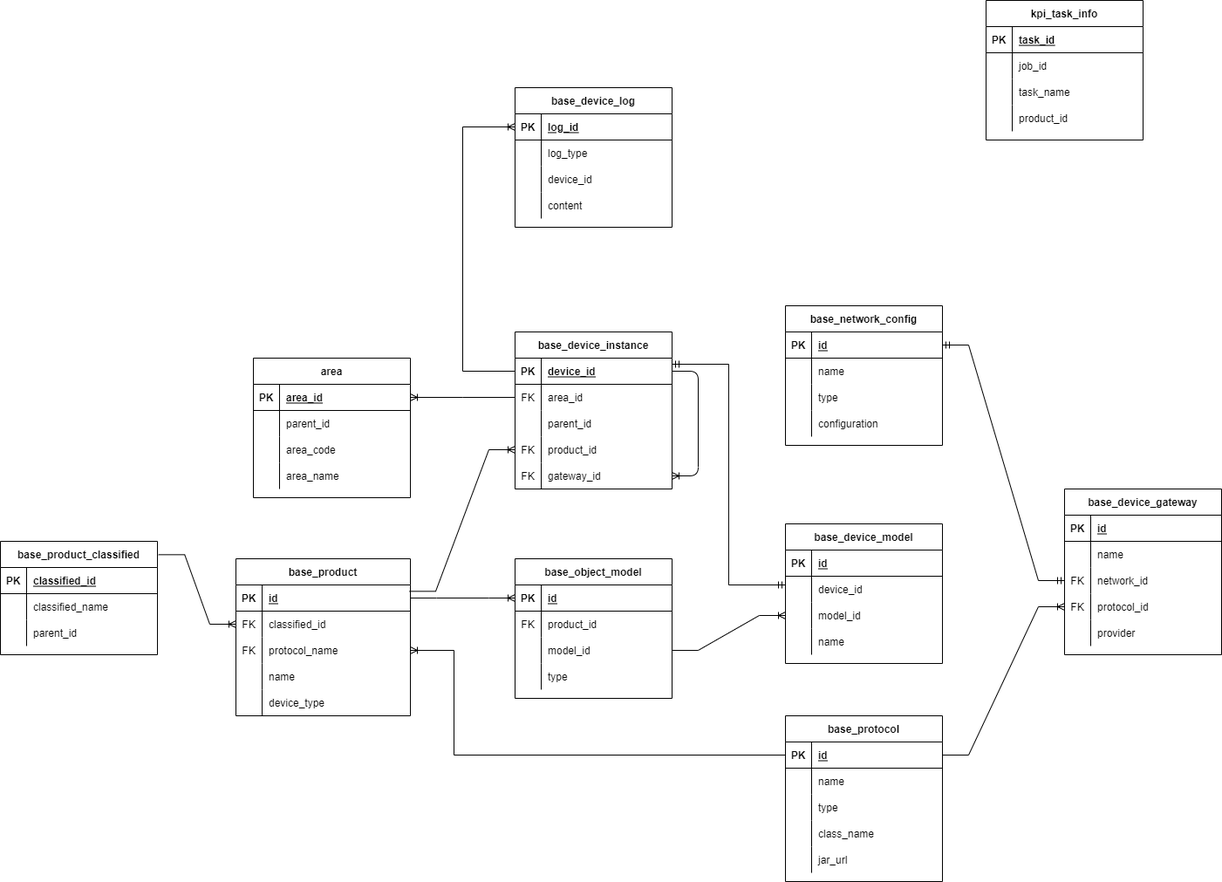
The draw.io diagram Untitled Diagram.drawio.png in liuyucai/springcloud-config, before a commit. Source tidied: cells renumbered, new cells last; positions are measured from the earlier drawing's top-left corner, leaving out a move shared by most shapes.
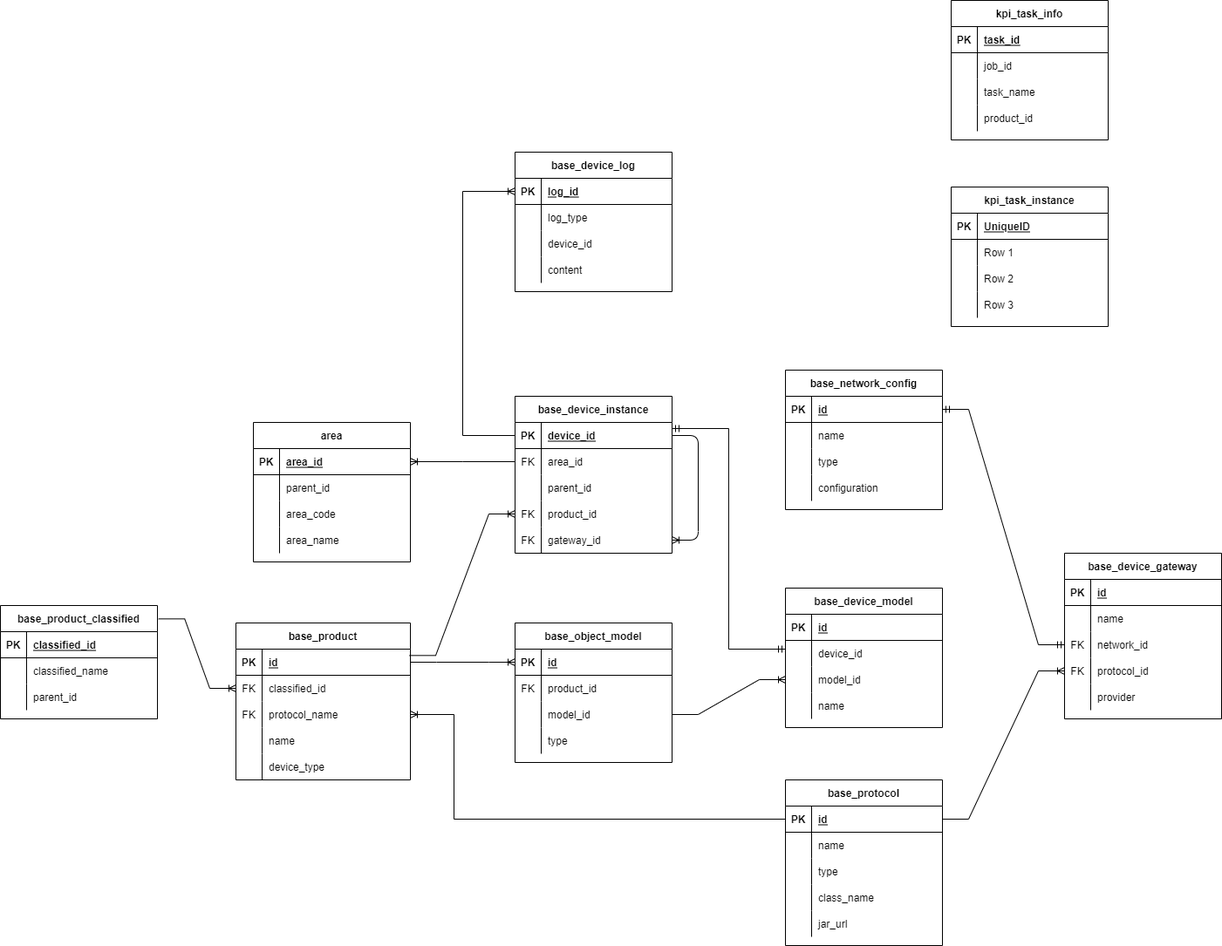
After the commit.

Diff of the diagram source:
```diff
@@ -465,7 +465,7 @@
       </mxGeometry>
     </mxCell>
     <mxCell id="152" value="kpi_task_info" style="shape=table;startSize=30;rowLines=0;fontStyle=1;align=center;" parent="1" vertex="1">
-      <mxGeometry x="1130" width="180" height="160" as="geometry" />
+      <mxGeometry x="1090" y="-74" width="180" height="160" as="geometry" />
     </mxCell>
     <mxCell id="153" style="shape=tableRow;horizontal=0;startSize=0;swimlaneHead=0;swimlaneBody=0;fillColor=none;top=0;left=0;right=0;bottom=1;" parent="152" vertex="1">
       <mxGeometry y="30" width="180" height="30" as="geometry" />
@@ -503,5 +503,44 @@
     <mxCell id="164" value="product_id" style="shape=partialRectangle;fillColor=none;top=0;left=0;bottom=0;right=0;align=left;spacingLeft=6;overflow=hidden;" parent="162" vertex="1">
       <mxGeometry x="30" width="150" height="30" as="geometry" />
     </mxCell>
+    <mxCell id="165" value="kpi_task_instance" style="shape=table;startSize=30;rowLines=0;fontStyle=1;align=center;" parent="1" vertex="1">
+      <mxGeometry x="1090" y="140" width="180" height="160" as="geometry" />
+    </mxCell>
+    <mxCell id="166" style="shape=tableRow;horizontal=0;startSize=0;swimlaneHead=0;swimlaneBody=0;fillColor=none;top=0;left=0;right=0;bottom=1;" parent="165" vertex="1">
+      <mxGeometry y="30" width="180" height="30" as="geometry" />
+    </mxCell>
+    <mxCell id="167" value="PK" style="shape=partialRectangle;fillColor=none;top=0;left=0;bottom=0;right=0;fontStyle=1;overflow=hidden;" parent="166" vertex="1">
+      <mxGeometry width="30" height="30" as="geometry" />
+    </mxCell>
+    <mxCell id="168" value="UniqueID" style="shape=partialRectangle;fillColor=none;top=0;left=0;bottom=0;right=0;align=left;spacingLeft=6;fontStyle=5;overflow=hidden;" parent="166" vertex="1">
+      <mxGeometry x="30" width="150" height="30" as="geometry" />
+    </mxCell>
+    <mxCell id="169" style="shape=tableRow;horizontal=0;startSize=0;swimlaneHead=0;swimlaneBody=0;fillColor=none;top=0;left=0;right=0;bottom=0;" parent="165" vertex="1">
+      <mxGeometry y="60" width="180" height="30" as="geometry" />
+    </mxCell>
+    <mxCell id="170" style="shape=partialRectangle;fillColor=none;top=0;left=0;bottom=0;right=0;overflow=hidden;" parent="169" vertex="1">
+      <mxGeometry width="30" height="30" as="geometry" />
+    </mxCell>
+    <mxCell id="171" value="Row 1" style="shape=partialRectangle;fillColor=none;top=0;left=0;bottom=0;right=0;align=left;spacingLeft=6;overflow=hidden;" parent="169" vertex="1">
+      <mxGeometry x="30" width="150" height="30" as="geometry" />
+    </mxCell>
+    <mxCell id="172" style="shape=tableRow;horizontal=0;startSize=0;swimlaneHead=0;swimlaneBody=0;fillColor=none;top=0;left=0;right=0;bottom=0;" parent="165" vertex="1">
+      <mxGeometry y="90" width="180" height="30" as="geometry" />
+    </mxCell>
+    <mxCell id="173" style="shape=partialRectangle;fillColor=none;top=0;left=0;bottom=0;right=0;overflow=hidden;" parent="172" vertex="1">
+      <mxGeometry width="30" height="30" as="geometry" />
+    </mxCell>
+    <mxCell id="174" value="Row 2" style="shape=partialRectangle;fillColor=none;top=0;left=0;bottom=0;right=0;align=left;spacingLeft=6;overflow=hidden;" parent="172" vertex="1">
+      <mxGeometry x="30" width="150" height="30" as="geometry" />
+    </mxCell>
+    <mxCell id="175" style="shape=tableRow;horizontal=0;startSize=0;swimlaneHead=0;swimlaneBody=0;fillColor=none;top=0;left=0;right=0;bottom=0;" parent="165" vertex="1">
+      <mxGeometry y="120" width="180" height="30" as="geometry" />
+    </mxCell>
+    <mxCell id="176" style="shape=partialRectangle;fillColor=none;top=0;left=0;bottom=0;right=0;overflow=hidden;" parent="175" vertex="1">
+      <mxGeometry width="30" height="30" as="geometry" />
+    </mxCell>
+    <mxCell id="177" value="Row 3" style="shape=partialRectangle;fillColor=none;top=0;left=0;bottom=0;right=0;align=left;spacingLeft=6;overflow=hidden;" parent="175" vertex="1">
+      <mxGeometry x="30" width="150" height="30" as="geometry" />
+    </mxCell>
   </root>
 </mxGraphModel>
```
